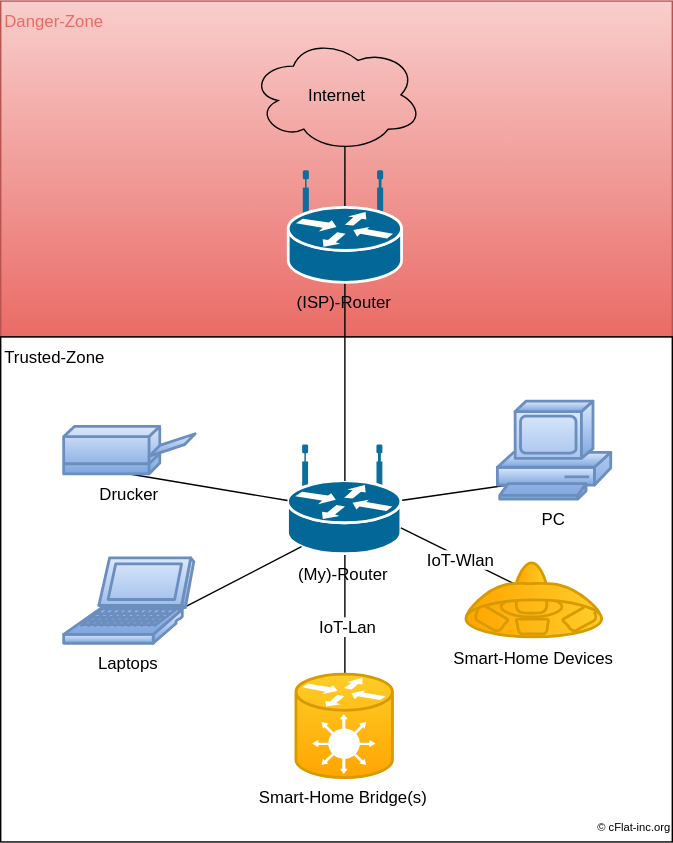
Earlier version of the draw.io export assets/images/homeNetwork-ugly.svg (cflat-inc/cflat-inc.github.io). Source tidied: cells renumbered, new cells last; positions are measured from the earlier drawing's top-left corner, leaving out a move shared by most shapes.
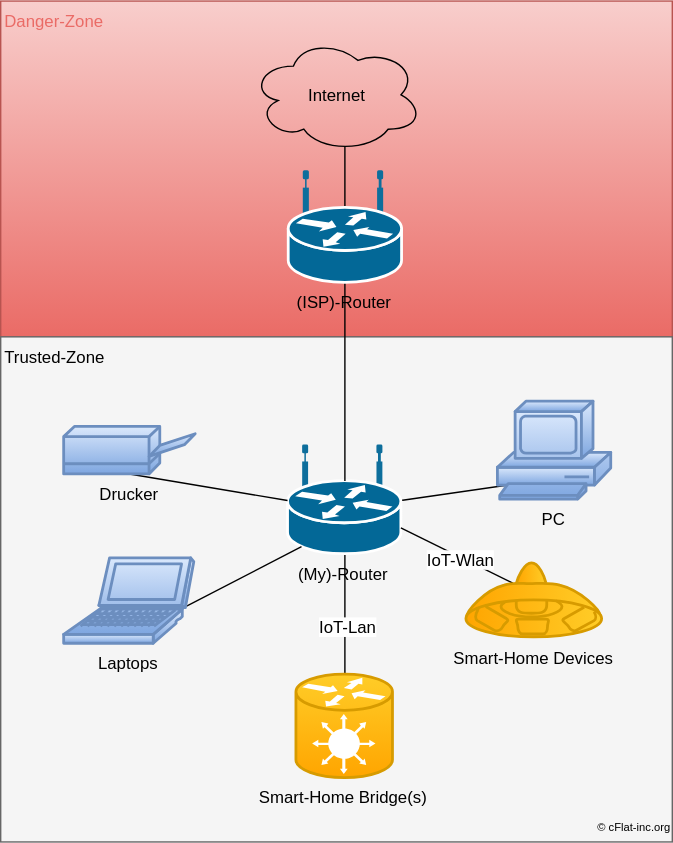
Above is the later version.

The edit, as a diff of the source:
```diff
@@ -5,7 +5,7 @@
     <mxCell id="2" value="Danger-Zone" style="rounded=0;whiteSpace=wrap;html=1;labelBackgroundColor=none;strokeColor=#b85450;fillColor=#f8cecc;fontColor=#EA6B66;align=left;verticalAlign=top;gradientColor=#ea6b66;" parent="1" vertex="1">
       <mxGeometry width="480" height="240" as="geometry" />
     </mxCell>
-    <mxCell id="3" value="Trusted-Zone" style="rounded=0;whiteSpace=wrap;html=1;labelBackgroundColor=none;strokeColor=#000000;fillColor=none;fontColor=#000000;align=left;verticalAlign=top;" parent="1" vertex="1">
+    <mxCell id="3" value="Trusted-Zone" style="rounded=0;whiteSpace=wrap;html=1;labelBackgroundColor=none;strokeColor=#666666;fillColor=#f5f5f5;fontColor=#000000;align=left;verticalAlign=top;" parent="1" vertex="1">
       <mxGeometry y="240" width="480" height="361" as="geometry" />
     </mxCell>
     <mxCell id="4" style="edgeStyle=none;rounded=0;html=1;exitX=0.55;exitY=0.95;exitPerimeter=0;entryX=0.5;entryY=0.32;entryPerimeter=0;jettySize=auto;fontColor=#000000;endArrow=none;endFill=0;" parent="1" edge="1" source="5" target="20">
```
